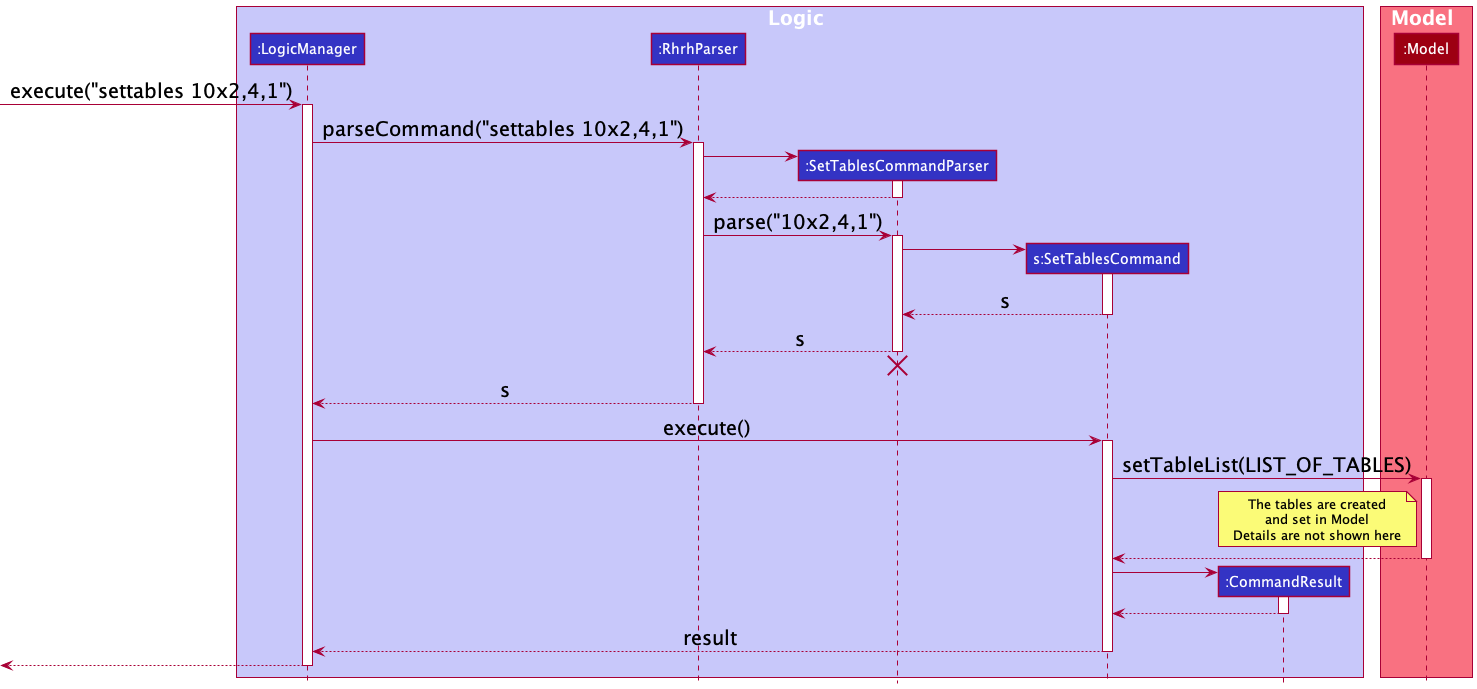
This is docs/images/SetTablesSequenceDiagram.png from nus-cs2103-AY2122S1/tp, a PlantUML export, as it was before one commit.
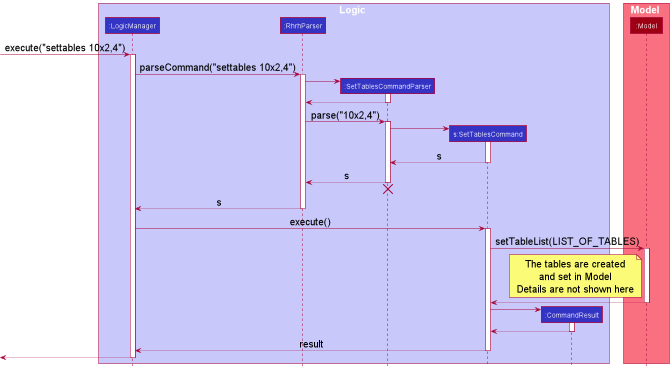
After the commit.

Change to the diagram source:
```diff
@@ -1,5 +1,6 @@
 @startuml
 !include style.puml
+skinparam NoteFontSize 20
 
 box Logic LOGIC_COLOR_T1
 participant ":LogicManager" as LogicManager LOGIC_COLOR
@@ -13,10 +14,10 @@
 participant ":Model" as Model MODEL_COLOR
 end box
 
-[-> LogicManager : execute("settables 10x2,4,1")
+[-> LogicManager : execute("settables 10x2,4")
 activate LogicManager
 
-LogicManager -> RhrhParser : parseCommand("settables 10x2,4,1")
+LogicManager -> RhrhParser : parseCommand("settables 10x2,4")
 activate RhrhParser
 
 create SetTablesCommandParser
@@ -26,7 +27,7 @@
 SetTablesCommandParser --> RhrhParser
 deactivate SetTablesCommandParser
 
-RhrhParser -> SetTablesCommandParser : parse("10x2,4,1")
+RhrhParser -> SetTablesCommandParser : parse("10x2,4")
 activate SetTablesCommandParser
 
 create SetTablesCommand
```
